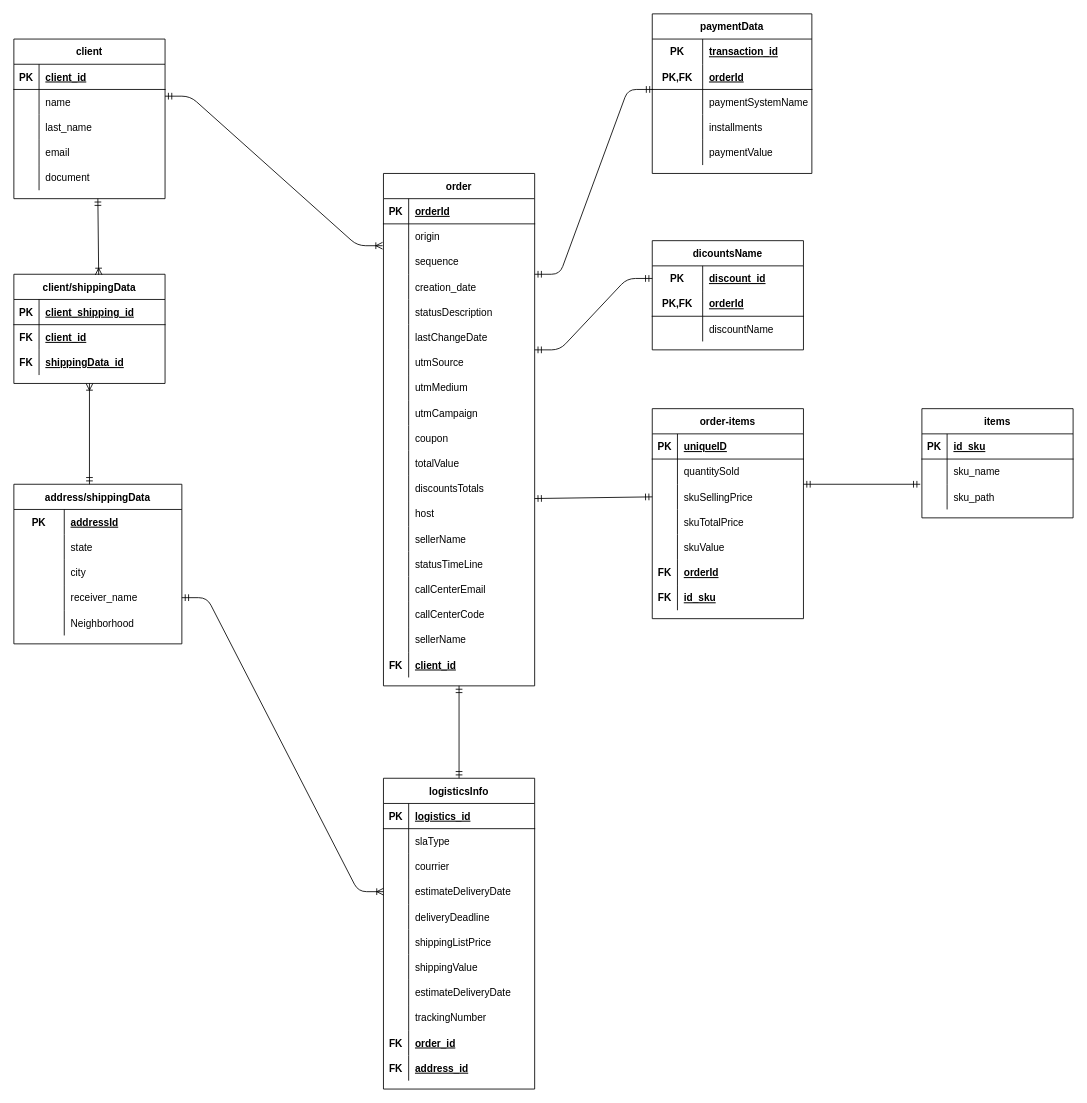
Earlier version of the draw.io diagram database/mer-powerbi-integration.drawio (Oficialfarma/powerbi-integration). Source tidied: cells renumbered, new cells numbered last; positions are measured from the earlier drawing's top-left corner, leaving out a move shared by most shapes. Both pictures are drawn from the tidied source at 84%, with x=0, y=0 at pixel (13, 13).
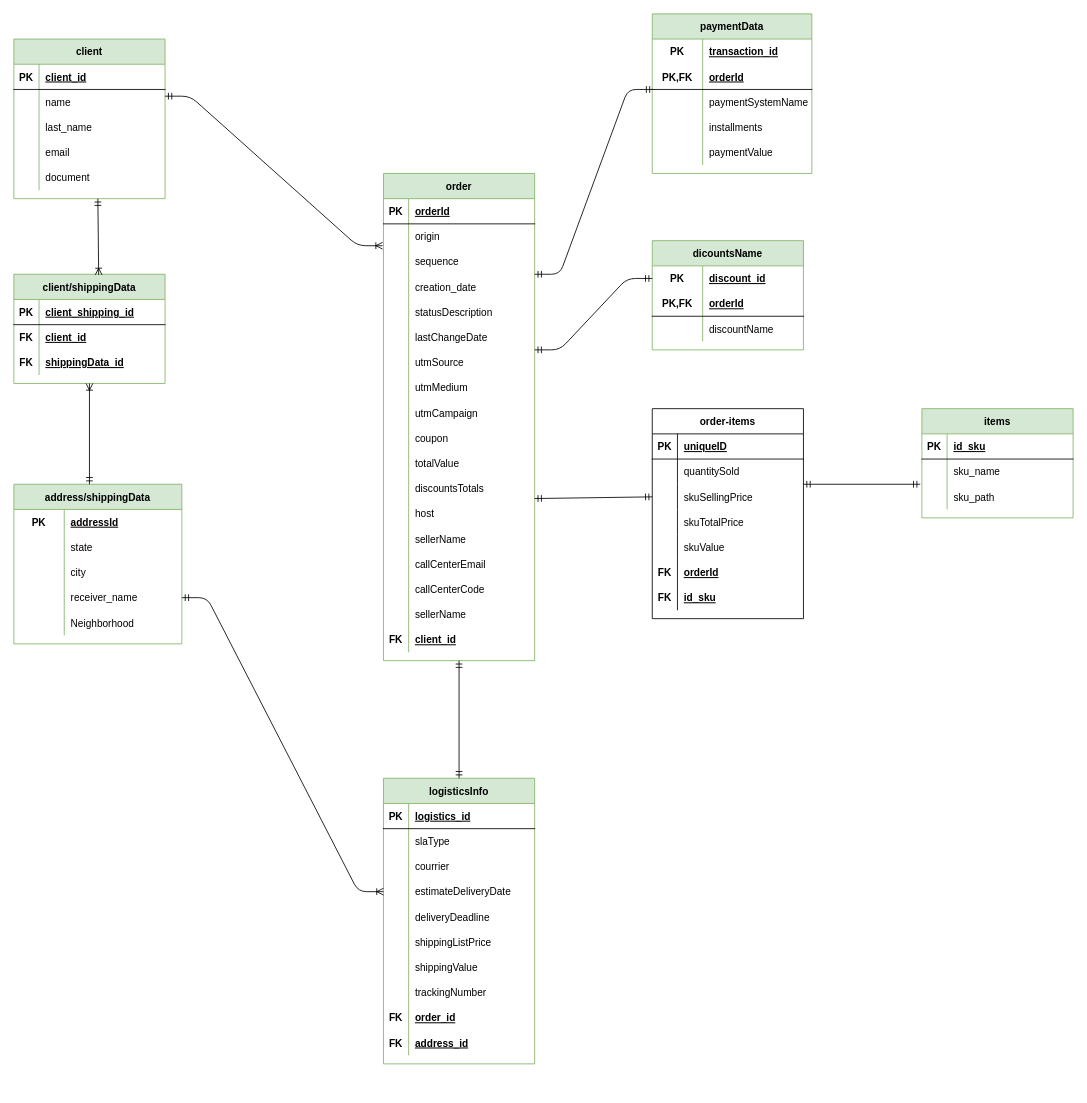
Above is the later version.

Commit message:
Colorido as entidades que já foram criadas no banco

Diff of the diagram source:
```diff
@@
-    <mxCell id="2" value="client" style="shape=table;startSize=30;childLayout=tableLayout;rowLines=0;fontStyle=1;align=center;" parent="1" vertex="1">
+    <mxCell id="2" value="client" style="shape=table;startSize=30;childLayout=tableLayout;rowLines=0;fontStyle=1;align=center;fillColor=#d5e8d4;strokeColor=#82b366;" parent="1" vertex="1">
       <mxGeometry y="30" width="180" height="190" as="geometry" />
     </mxCell>
@@
-    <mxCell id="18" value="address/shippingData" style="shape=table;startSize=30;childLayout=tableLayout;rowLines=0;fontStyle=1;align=center;" parent="1" vertex="1">
+    <mxCell id="18" value="address/shippingData" style="shape=table;startSize=30;childLayout=tableLayout;rowLines=0;fontStyle=1;align=center;fillColor=#d5e8d4;strokeColor=#82b366;" parent="1" vertex="1">
       <mxGeometry y="560" width="200" height="190" as="geometry" />
     </mxCell>
@@
-    <mxCell id="34" value="order" style="shape=table;startSize=30;childLayout=tableLayout;rowLines=0;fontStyle=1;align=center;" parent="1" vertex="1">
-      <mxGeometry x="440" y="190" width="180" height="610" as="geometry" />
+    <mxCell id="34" value="order" style="shape=table;startSize=30;childLayout=tableLayout;rowLines=0;fontStyle=1;align=center;fillColor=#d5e8d4;strokeColor=#82b366;" parent="1" vertex="1">
+      <mxGeometry x="440" y="190" width="180" height="580" as="geometry" />
     </mxCell>
@@
-    <mxCell id="77" style="shape=partialRectangle;fillColor=none;top=0;left=0;bottom=0;right=0;" parent="34" vertex="1">
-      <mxGeometry y="450" width="180" height="30" as="geometry" />
-    </mxCell>
-    <mxCell id="78" style="shape=partialRectangle;fillColor=none;top=0;left=0;bottom=0;right=0;overflow=hidden;" parent="77" vertex="1">
-      <mxGeometry width="30" height="30" as="geometry" />
-    </mxCell>
-    <mxCell id="79" value="statusTimeLine" style="shape=partialRectangle;fillColor=none;top=0;left=0;bottom=0;right=0;align=left;spacingLeft=6;overflow=hidden;" parent="77" vertex="1">
-      <mxGeometry x="30" width="150" height="30" as="geometry" />
-    </mxCell>
     <mxCell id="80" style="shape=partialRectangle;fillColor=none;top=0;left=0;bottom=0;right=0;" parent="34" vertex="1">
-      <mxGeometry y="480" width="180" height="30" as="geometry" />
+      <mxGeometry y="450" width="180" height="30" as="geometry" />
     </mxCell>
@@
     <mxCell id="83" style="shape=partialRectangle;fillColor=none;top=0;left=0;bottom=0;right=0;" parent="34" vertex="1">
-      <mxGeometry y="510" width="180" height="30" as="geometry" />
+      <mxGeometry y="480" width="180" height="30" as="geometry" />
     </mxCell>
@@
     <mxCell id="86" style="shape=partialRectangle;fillColor=none;top=0;left=0;bottom=0;right=0;" parent="34" vertex="1">
-      <mxGeometry y="540" width="180" height="30" as="geometry" />
+      <mxGeometry y="510" width="180" height="30" as="geometry" />
     </mxCell>
@@
     <mxCell id="89" style="shape=partialRectangle;fillColor=none;top=0;left=0;bottom=0;right=0;" parent="34" vertex="1">
-      <mxGeometry y="570" width="180" height="30" as="geometry" />
+      <mxGeometry y="540" width="180" height="30" as="geometry" />
     </mxCell>
@@
-    <mxCell id="93" value="client/shippingData" style="shape=table;startSize=30;childLayout=tableLayout;rowLines=0;fontStyle=1;align=center;" parent="1" vertex="1">
+    <mxCell id="93" value="client/shippingData" style="shape=table;startSize=30;childLayout=tableLayout;rowLines=0;fontStyle=1;align=center;fillColor=#d5e8d4;strokeColor=#82b366;" parent="1" vertex="1">
       <mxGeometry y="310" width="180" height="130" as="geometry" />
     </mxCell>
@@
-    <mxCell id="105" value="logisticsInfo" style="shape=table;startSize=30;childLayout=tableLayout;rowLines=0;fontStyle=1;align=center;" parent="1" vertex="1">
-      <mxGeometry x="440" y="910" width="180" height="370" as="geometry" />
+    <mxCell id="105" value="logisticsInfo" style="shape=table;startSize=30;childLayout=tableLayout;rowLines=0;fontStyle=1;align=center;fillColor=#d5e8d4;strokeColor=#82b366;" parent="1" vertex="1">
+      <mxGeometry x="440" y="910" width="180" height="340" as="geometry" />
     </mxCell>
@@
-    <mxCell id="127" style="shape=partialRectangle;fillColor=none;top=0;left=0;bottom=0;right=0;" parent="105" vertex="1">
-      <mxGeometry y="240" width="180" height="30" as="geometry" />
-    </mxCell>
-    <mxCell id="128" style="shape=partialRectangle;fillColor=none;top=0;left=0;bottom=0;right=0;overflow=hidden;" parent="127" vertex="1">
-      <mxGeometry width="30" height="30" as="geometry" />
-    </mxCell>
-    <mxCell id="129" value="estimateDeliveryDate" style="shape=partialRectangle;fillColor=none;top=0;left=0;bottom=0;right=0;align=left;spacingLeft=6;overflow=hidden;" parent="127" vertex="1">
-      <mxGeometry x="30" width="150" height="30" as="geometry" />
-    </mxCell>
     <mxCell id="130" style="shape=partialRectangle;fillColor=none;top=0;left=0;bottom=0;right=0;" parent="105" vertex="1">
-      <mxGeometry y="270" width="180" height="30" as="geometry" />
+      <mxGeometry y="240" width="180" height="30" as="geometry" />
     </mxCell>
@@
     <mxCell id="133" style="shape=partialRectangle;fillColor=none;top=0;left=0;bottom=0;right=0;" parent="105" vertex="1">
-      <mxGeometry y="300" width="180" height="30" as="geometry" />
+      <mxGeometry y="270" width="180" height="30" as="geometry" />
     </mxCell>
@@
     <mxCell id="136" style="shape=partialRectangle;fillColor=none;top=0;left=0;bottom=0;right=0;" parent="105" vertex="1">
-      <mxGeometry y="330" width="180" height="30" as="geometry" />
+      <mxGeometry y="300" width="180" height="30" as="geometry" />
     </mxCell>
@@
-    <mxCell id="141" value="paymentData" style="shape=table;startSize=30;childLayout=tableLayout;rowLines=0;fontStyle=1;align=center;" parent="1" vertex="1">
+    <mxCell id="141" value="paymentData" style="shape=table;startSize=30;childLayout=tableLayout;rowLines=0;fontStyle=1;align=center;fillColor=#d5e8d4;strokeColor=#82b366;" parent="1" vertex="1">
       <mxGeometry x="760" width="190" height="190" as="geometry" />
     </mxCell>
@@
-    <mxCell id="158" value="dicountsName" style="shape=table;startSize=30;childLayout=tableLayout;rowLines=0;fontStyle=1;align=center;" parent="1" vertex="1">
+    <mxCell id="158" value="dicountsName" style="shape=table;startSize=30;childLayout=tableLayout;rowLines=0;fontStyle=1;align=center;fillColor=#d5e8d4;strokeColor=#82b366;" parent="1" vertex="1">
       <mxGeometry x="760" y="270" width="180" height="130" as="geometry" />
     </mxCell>
@@
-    <mxCell id="191" value="items" style="shape=table;startSize=30;childLayout=tableLayout;rowLines=0;fontStyle=1;align=center;" parent="1" vertex="1">
+    <mxCell id="191" value="items" style="shape=table;startSize=30;childLayout=tableLayout;rowLines=0;fontStyle=1;align=center;fillColor=#d5e8d4;strokeColor=#82b366;" parent="1" vertex="1">
       <mxGeometry x="1081" y="470" width="180" height="130" as="geometry" />
     </mxCell>
```
